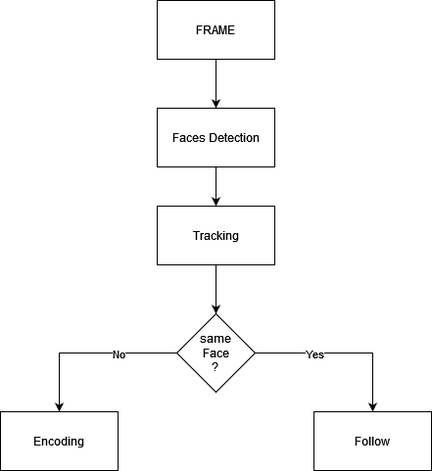
Before: Untitled Diagram.drawio.png, a diagram exported from draw.io (s1f2z3/tp-daw). Source tidied: cells renumbered, new cells last; positions are measured from the earlier drawing's top-left corner, leaving out a move shared by most shapes.
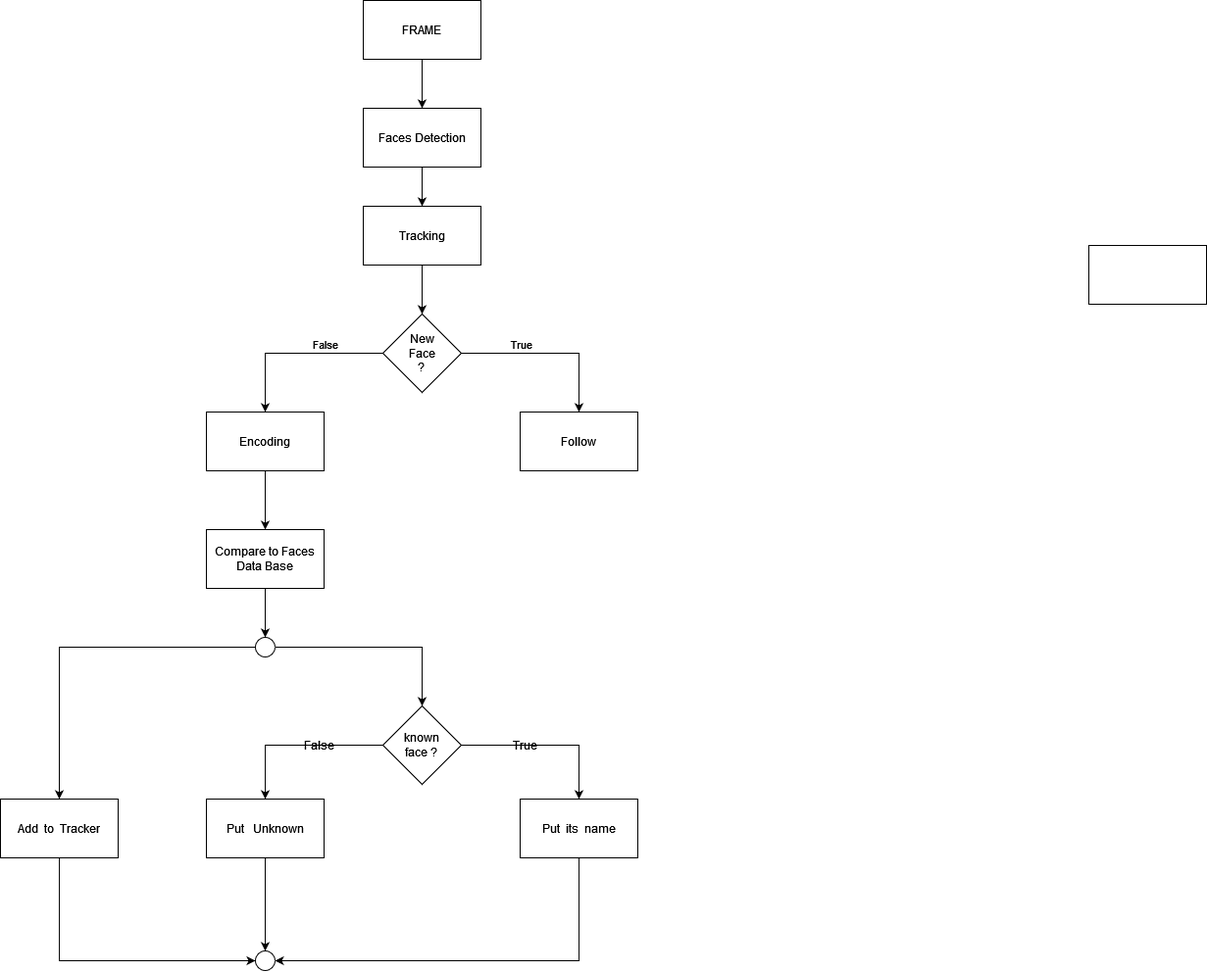
After the commit.

Change to the diagram source:
```diff
@@ -17,20 +17,20 @@
     <mxCell id="6" style="edgeStyle=orthogonalEdgeStyle;rounded=0;jettySize=auto;html=1;entryX=0.5;entryY=0;entryDx=0;entryDy=0;" parent="1" edge="1" source="10" target="13">
       <mxGeometry relative="1" as="geometry" />
     </mxCell>
-    <mxCell id="7" value="Yes" style="edgeLabel;html=1;align=center;verticalAlign=middle;" parent="6" vertex="1">
+    <mxCell id="7" value="True" style="edgeLabel;html=1;align=center;verticalAlign=middle;" parent="6" vertex="1">
       <mxGeometry x="0.4" relative="1" as="geometry">
-        <mxPoint x="-60" y="-6" as="offset" />
+        <mxPoint x="-60" y="-16" as="offset" />
       </mxGeometry>
     </mxCell>
     <mxCell id="8" style="edgeStyle=orthogonalEdgeStyle;rounded=0;jettySize=auto;html=1;entryX=0.5;entryY=0;entryDx=0;entryDy=0;" parent="1" edge="1" source="10" target="14">
       <mxGeometry relative="1" as="geometry" />
     </mxCell>
-    <mxCell id="9" value="No" style="edgeLabel;html=1;align=center;verticalAlign=middle;" parent="8" vertex="1">
+    <mxCell id="9" value="False" style="edgeLabel;html=1;align=center;verticalAlign=middle;" parent="8" vertex="1">
       <mxGeometry x="0.38" relative="1" as="geometry">
-        <mxPoint x="60" y="-4" as="offset" />
+        <mxPoint x="60" y="-14" as="offset" />
       </mxGeometry>
     </mxCell>
-    <mxCell id="10" value="&lt;div&gt;same&lt;/div&gt;&lt;div&gt;Face&lt;/div&gt;&lt;div&gt;?&lt;br&gt;&lt;/div&gt;" style="rhombus;whiteSpace=wrap;html=1;" parent="1" vertex="1">
+    <mxCell id="10" value="&lt;div&gt;New&lt;/div&gt;&lt;div&gt;Face&lt;/div&gt;&lt;div&gt;?&lt;br&gt;&lt;/div&gt;" style="rhombus;whiteSpace=wrap;html=1;" parent="1" vertex="1">
       <mxGeometry x="180" y="320" width="80" height="80" as="geometry" />
     </mxCell>
     <mxCell id="11" style="edgeStyle=orthogonalEdgeStyle;rounded=0;jettySize=auto;html=1;" parent="1" edge="1" source="12" target="10">
@@ -42,8 +42,73 @@
     <mxCell id="13" value="Follow" style="rounded=0;whiteSpace=wrap;html=1;" parent="1" vertex="1">
       <mxGeometry x="320" y="420" width="120" height="60" as="geometry" />
     </mxCell>
+    <mxCell id="15" style="edgeStyle=orthogonalEdgeStyle;rounded=0;jettySize=auto;html=1;entryX=0.5;entryY=0;entryDx=0;entryDy=0;" parent="1" edge="1" source="14" target="18">
+      <mxGeometry relative="1" as="geometry" />
+    </mxCell>
     <mxCell id="14" value="Encoding" style="rounded=0;whiteSpace=wrap;html=1;" parent="1" vertex="1">
       <mxGeometry y="420" width="120" height="60" as="geometry" />
     </mxCell>
+    <mxCell id="16" style="rounded=0;whiteSpace=wrap;html=1;" parent="1" vertex="1">
+      <mxGeometry x="900" y="250" width="120" height="60" as="geometry" />
+    </mxCell>
+    <mxCell id="17" style="edgeStyle=orthogonalEdgeStyle;rounded=0;jettySize=auto;html=1;" parent="1" edge="1" source="18" target="30">
+      <mxGeometry relative="1" as="geometry" />
+    </mxCell>
+    <mxCell id="18" value="Compare to Faces Data Base" style="rounded=0;whiteSpace=wrap;html=1;" parent="1" vertex="1">
+      <mxGeometry y="540" width="120" height="60" as="geometry" />
+    </mxCell>
+    <mxCell id="19" style="edgeStyle=orthogonalEdgeStyle;rounded=0;jettySize=auto;html=1;entryX=0.5;entryY=0;entryDx=0;entryDy=0;" parent="1" edge="1" source="21" target="25">
+      <mxGeometry relative="1" as="geometry" />
+    </mxCell>
+    <mxCell id="20" style="edgeStyle=orthogonalEdgeStyle;rounded=0;jettySize=auto;html=1;entryX=0.5;entryY=0;entryDx=0;entryDy=0;" parent="1" edge="1" source="21" target="23">
+      <mxGeometry relative="1" as="geometry" />
+    </mxCell>
+    <mxCell id="21" value="&lt;div&gt;known&lt;/div&gt;&lt;div&gt;face ?&lt;br&gt;&lt;/div&gt;" style="rhombus;whiteSpace=wrap;html=1;" parent="1" vertex="1">
+      <mxGeometry x="180" y="720" width="80" height="80" as="geometry" />
+    </mxCell>
+    <mxCell id="22" style="edgeStyle=orthogonalEdgeStyle;rounded=0;jettySize=auto;html=1;entryX=1;entryY=0.5;entryDx=0;entryDy=0;" parent="1" edge="1" source="23" target="31">
+      <mxGeometry relative="1" as="geometry">
+        <Array as="points">
+          <mxPoint x="380" y="980" />
+        </Array>
+      </mxGeometry>
+    </mxCell>
+    <mxCell id="23" value="Put&amp;nbsp; its&amp;nbsp; name" style="rounded=0;whiteSpace=wrap;html=1;" parent="1" vertex="1">
+      <mxGeometry x="320" y="815" width="120" height="60" as="geometry" />
+    </mxCell>
+    <mxCell id="24" style="edgeStyle=orthogonalEdgeStyle;rounded=0;jettySize=auto;html=1;entryX=0.5;entryY=0;entryDx=0;entryDy=0;" parent="1" edge="1" source="25" target="31">
+      <mxGeometry relative="1" as="geometry" />
+    </mxCell>
+    <mxCell id="25" value="Put&amp;nbsp;&amp;nbsp; Unknown" style="rounded=0;whiteSpace=wrap;html=1;" parent="1" vertex="1">
+      <mxGeometry y="815" width="120" height="60" as="geometry" />
+    </mxCell>
+    <mxCell id="26" value="True" style="text;html=1;align=center;verticalAlign=middle;strokeColor=none;fillColor=none;" parent="1" vertex="1">
+      <mxGeometry x="300" y="745" width="50" height="30" as="geometry" />
+    </mxCell>
+    <mxCell id="27" value="False" style="text;html=1;align=center;verticalAlign=middle;strokeColor=none;fillColor=none;" parent="1" vertex="1">
+      <mxGeometry x="90" y="745" width="50" height="30" as="geometry" />
+    </mxCell>
+    <mxCell id="28" style="edgeStyle=orthogonalEdgeStyle;rounded=0;jettySize=auto;html=1;entryX=0.5;entryY=0;entryDx=0;entryDy=0;" parent="1" edge="1" source="30" target="21">
+      <mxGeometry relative="1" as="geometry" />
+    </mxCell>
+    <mxCell id="29" style="edgeStyle=orthogonalEdgeStyle;rounded=0;jettySize=auto;html=1;entryX=0.5;entryY=0;entryDx=0;entryDy=0;" parent="1" edge="1" source="30" target="33">
+      <mxGeometry relative="1" as="geometry" />
+    </mxCell>
+    <mxCell id="30" style="ellipse;whiteSpace=wrap;html=1;" parent="1" vertex="1">
+      <mxGeometry x="50" y="650" width="20" height="20" as="geometry" />
+    </mxCell>
+    <mxCell id="31" style="ellipse;whiteSpace=wrap;html=1;" parent="1" vertex="1">
+      <mxGeometry x="50" y="970" width="20" height="20" as="geometry" />
+    </mxCell>
+    <mxCell id="32" style="edgeStyle=orthogonalEdgeStyle;rounded=0;jettySize=auto;html=1;entryX=0;entryY=0.5;entryDx=0;entryDy=0;" parent="1" edge="1" source="33" target="31">
+      <mxGeometry relative="1" as="geometry">
+        <Array as="points">
+          <mxPoint x="-150" y="980" />
+        </Array>
+      </mxGeometry>
+    </mxCell>
+    <mxCell id="33" value="Add&amp;nbsp; to&amp;nbsp; Tracker" style="rounded=0;whiteSpace=wrap;html=1;" parent="1" vertex="1">
+      <mxGeometry x="-210" y="815" width="120" height="60" as="geometry" />
+    </mxCell>
   </root>
 </mxGraphModel>
```
